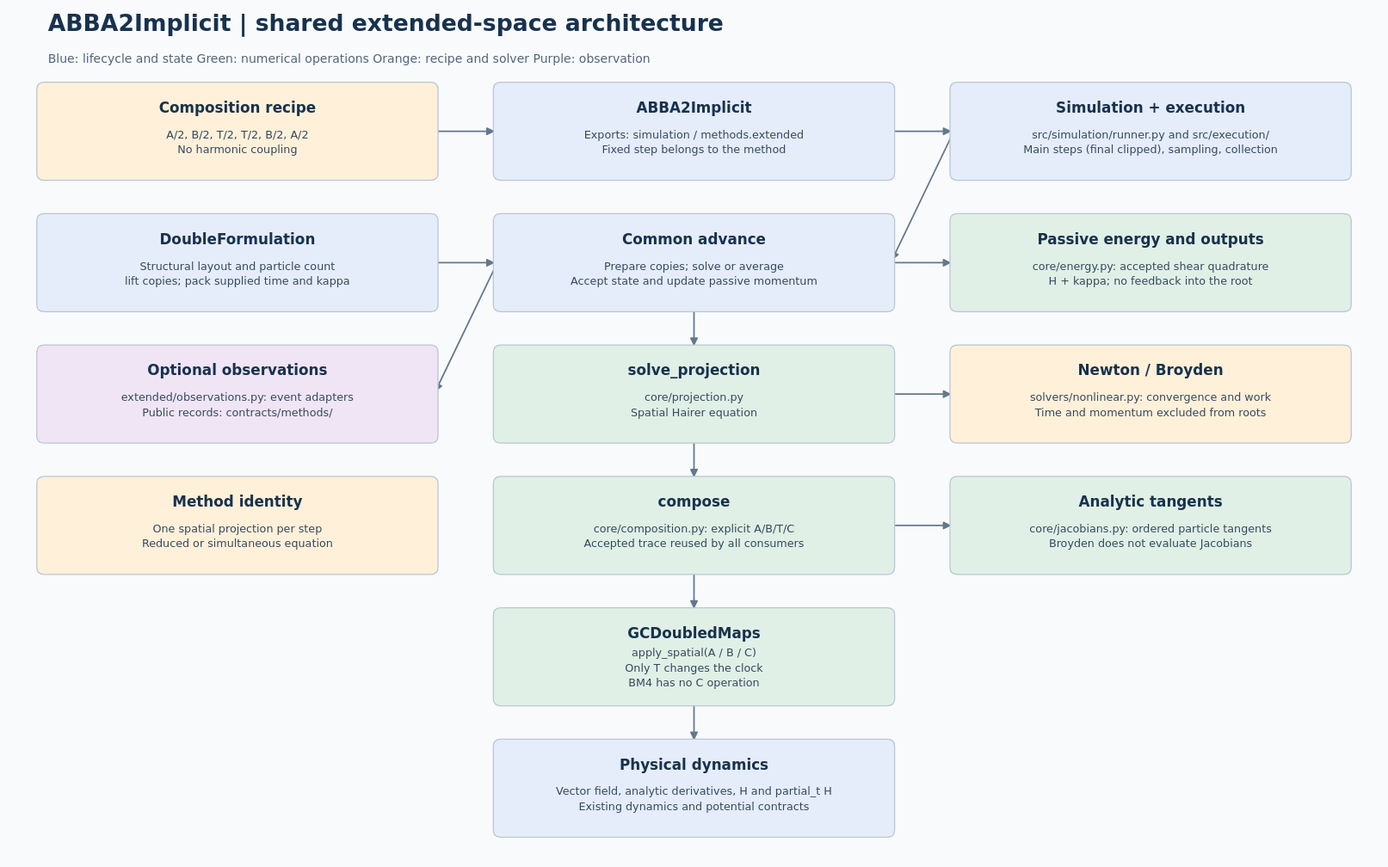
Above: docs/models/abba2-implicit/simulation/abba2-implicit-simulation-architecture.svg in Jugibe-52/GC2D_intranet (PlantUML), before the change. Its source is kept beside it as docs/models/abba2-implicit/simulation/abba2-implicit-simulation-architecture.puml.
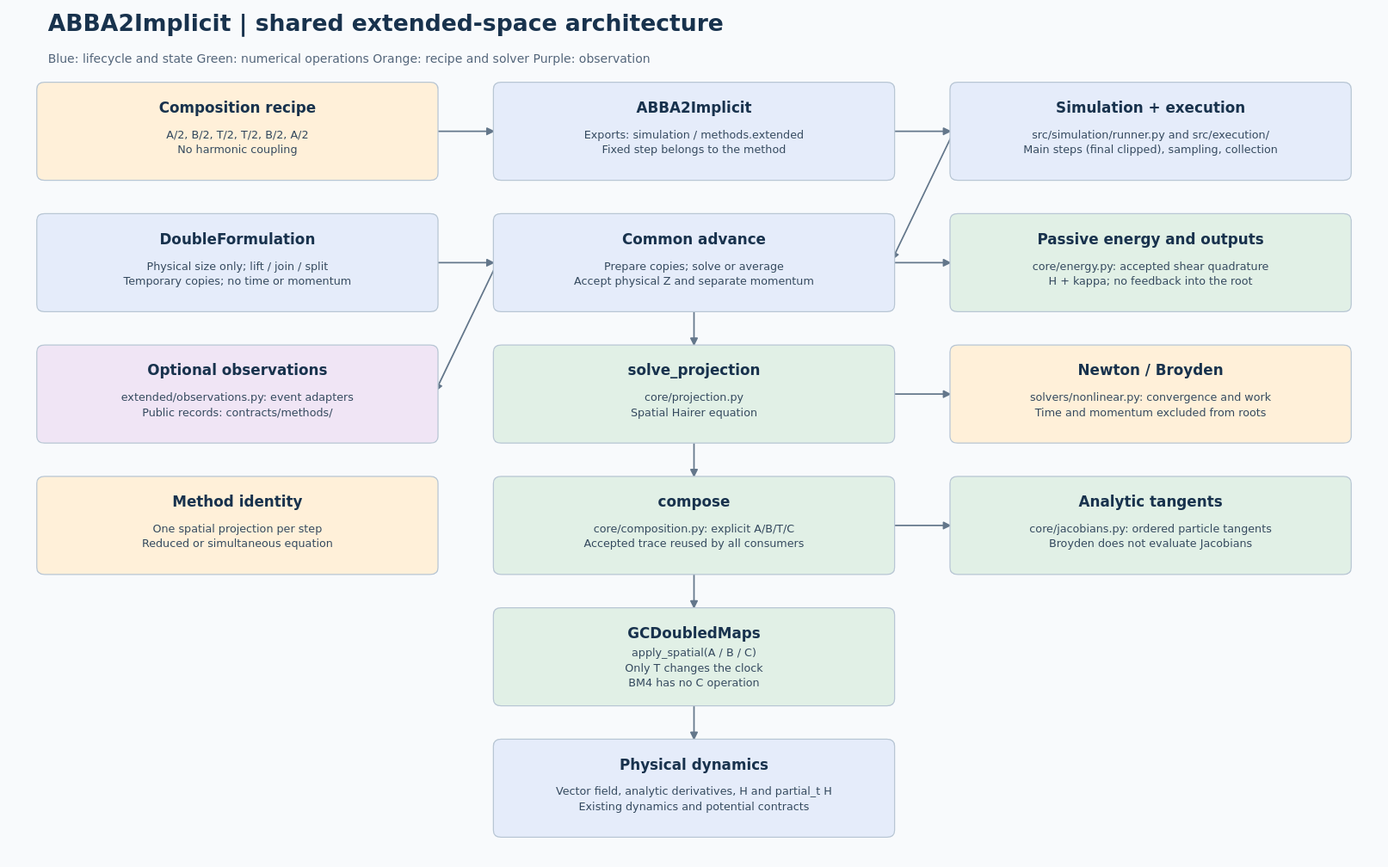
After the change.

What changed in the source:
```diff
@@ -5,8 +5,8 @@
   recipe [label="Composition recipe\nA/2, B/2, T/2, T/2, B/2, A/2\nNo harmonic coupling", fillcolor="#fff0d9"];
   method [label="ABBA2Implicit\nExports: simulation / methods.extended\nFixed step belongs to the method", fillcolor="#e5ecfa"];
   driver [label="Simulation + execution\nsrc/simulation/runner.py and src/execution/\nMain steps (final clipped), sampling, collection", fillcolor="#e5ecfa"];
-  state [label="DoubleFormulation\nStructural layout and particle count\nlift copies; pack supplied time and kappa", fillcolor="#e5ecfa"];
-  advance [label="Common advance\nPrepare copies; solve or average\nAccept state and update passive momentum", fillcolor="#e5ecfa"];
+  state [label="DoubleFormulation\nPhysical size only; lift / join / split\nTemporary copies; no time or momentum", fillcolor="#e5ecfa"];
+  advance [label="Common advance\nPrepare copies; solve or average\nAccept physical Z and separate momentum", fillcolor="#e5ecfa"];
   energy [label="Passive energy and outputs\ncore/energy.py: accepted shear quadrature\nH + kappa; no feedback into the root", fillcolor="#e1f0e6"];
   observe [label="Optional observations\nextended/observations.py: event adapters\nPublic records: contracts/methods/", fillcolor="#f0e5f5"];
   projection [label="solve_projection\ncore/projection.py\nSpatial Hairer equation", fillcolor="#e1f0e6"];
```
